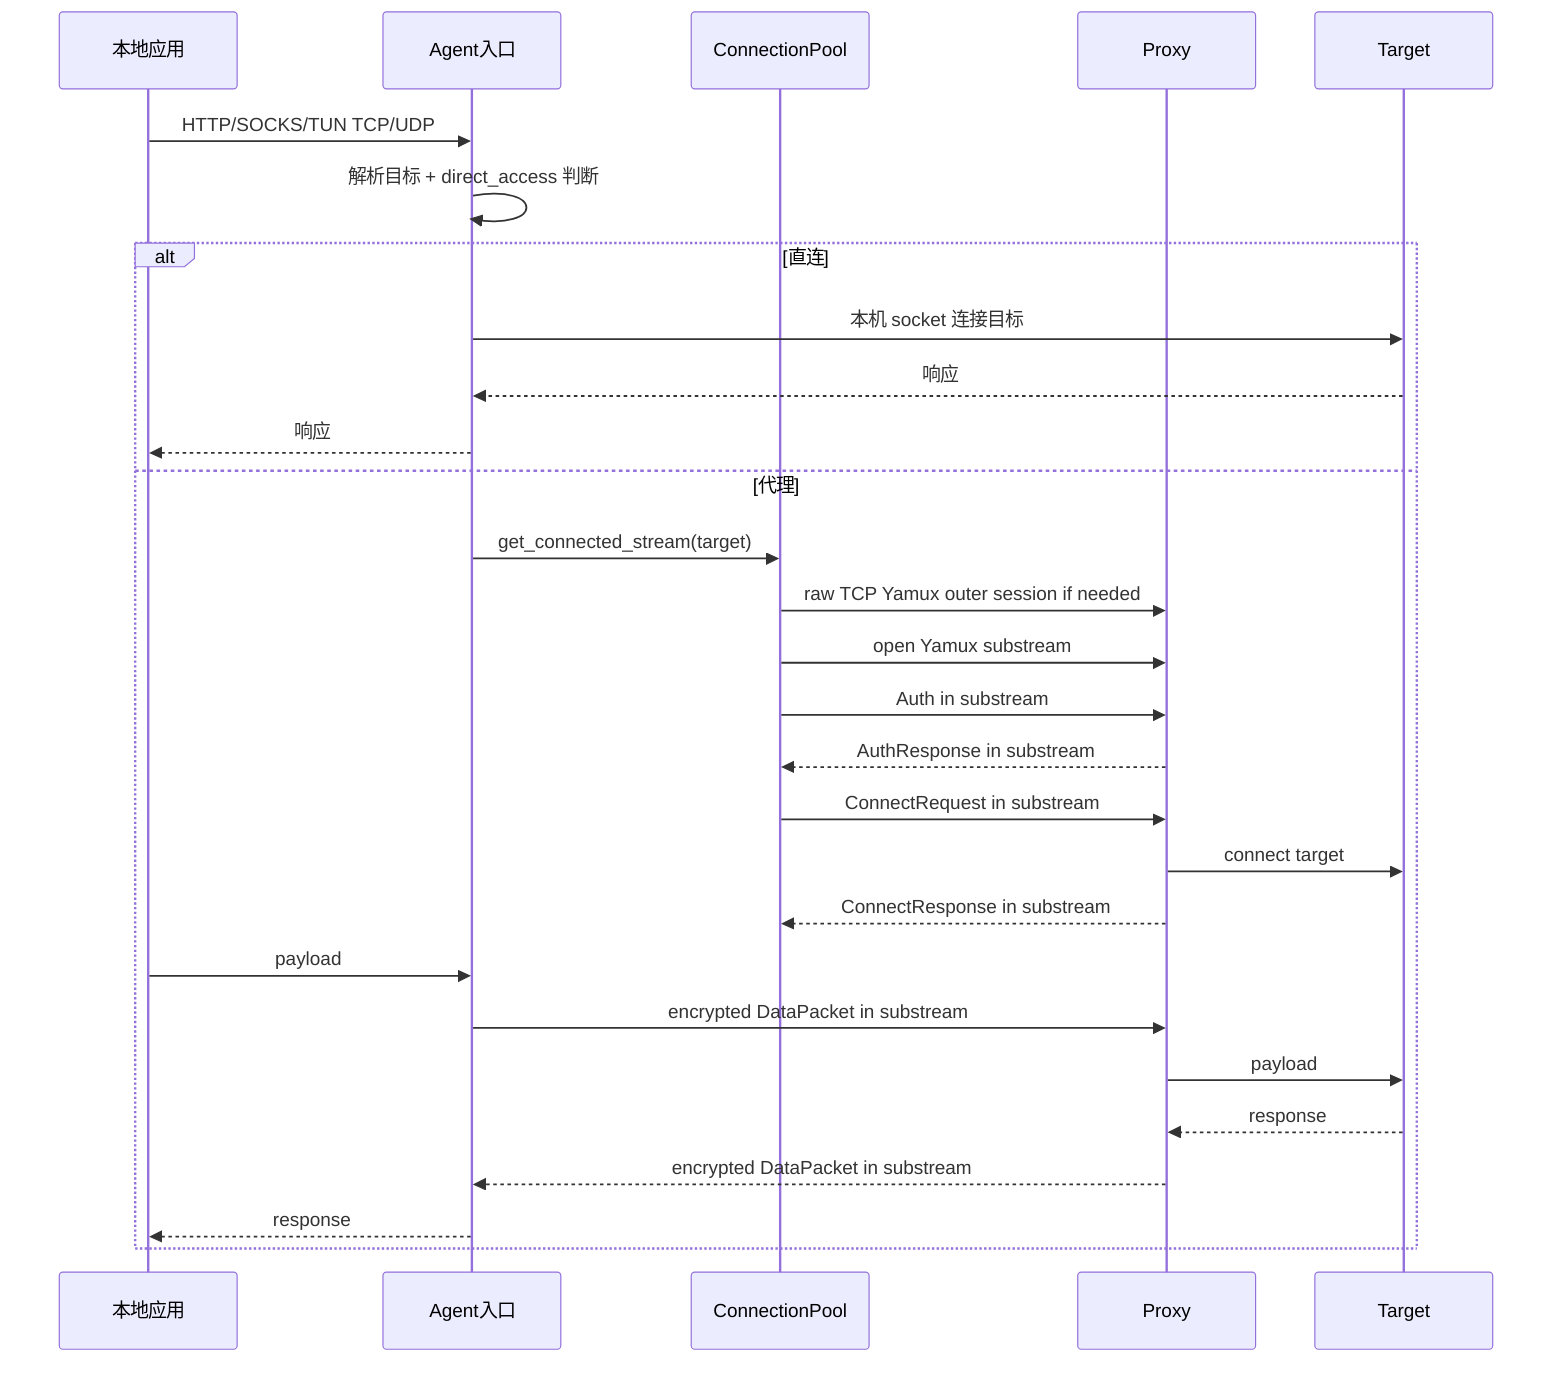
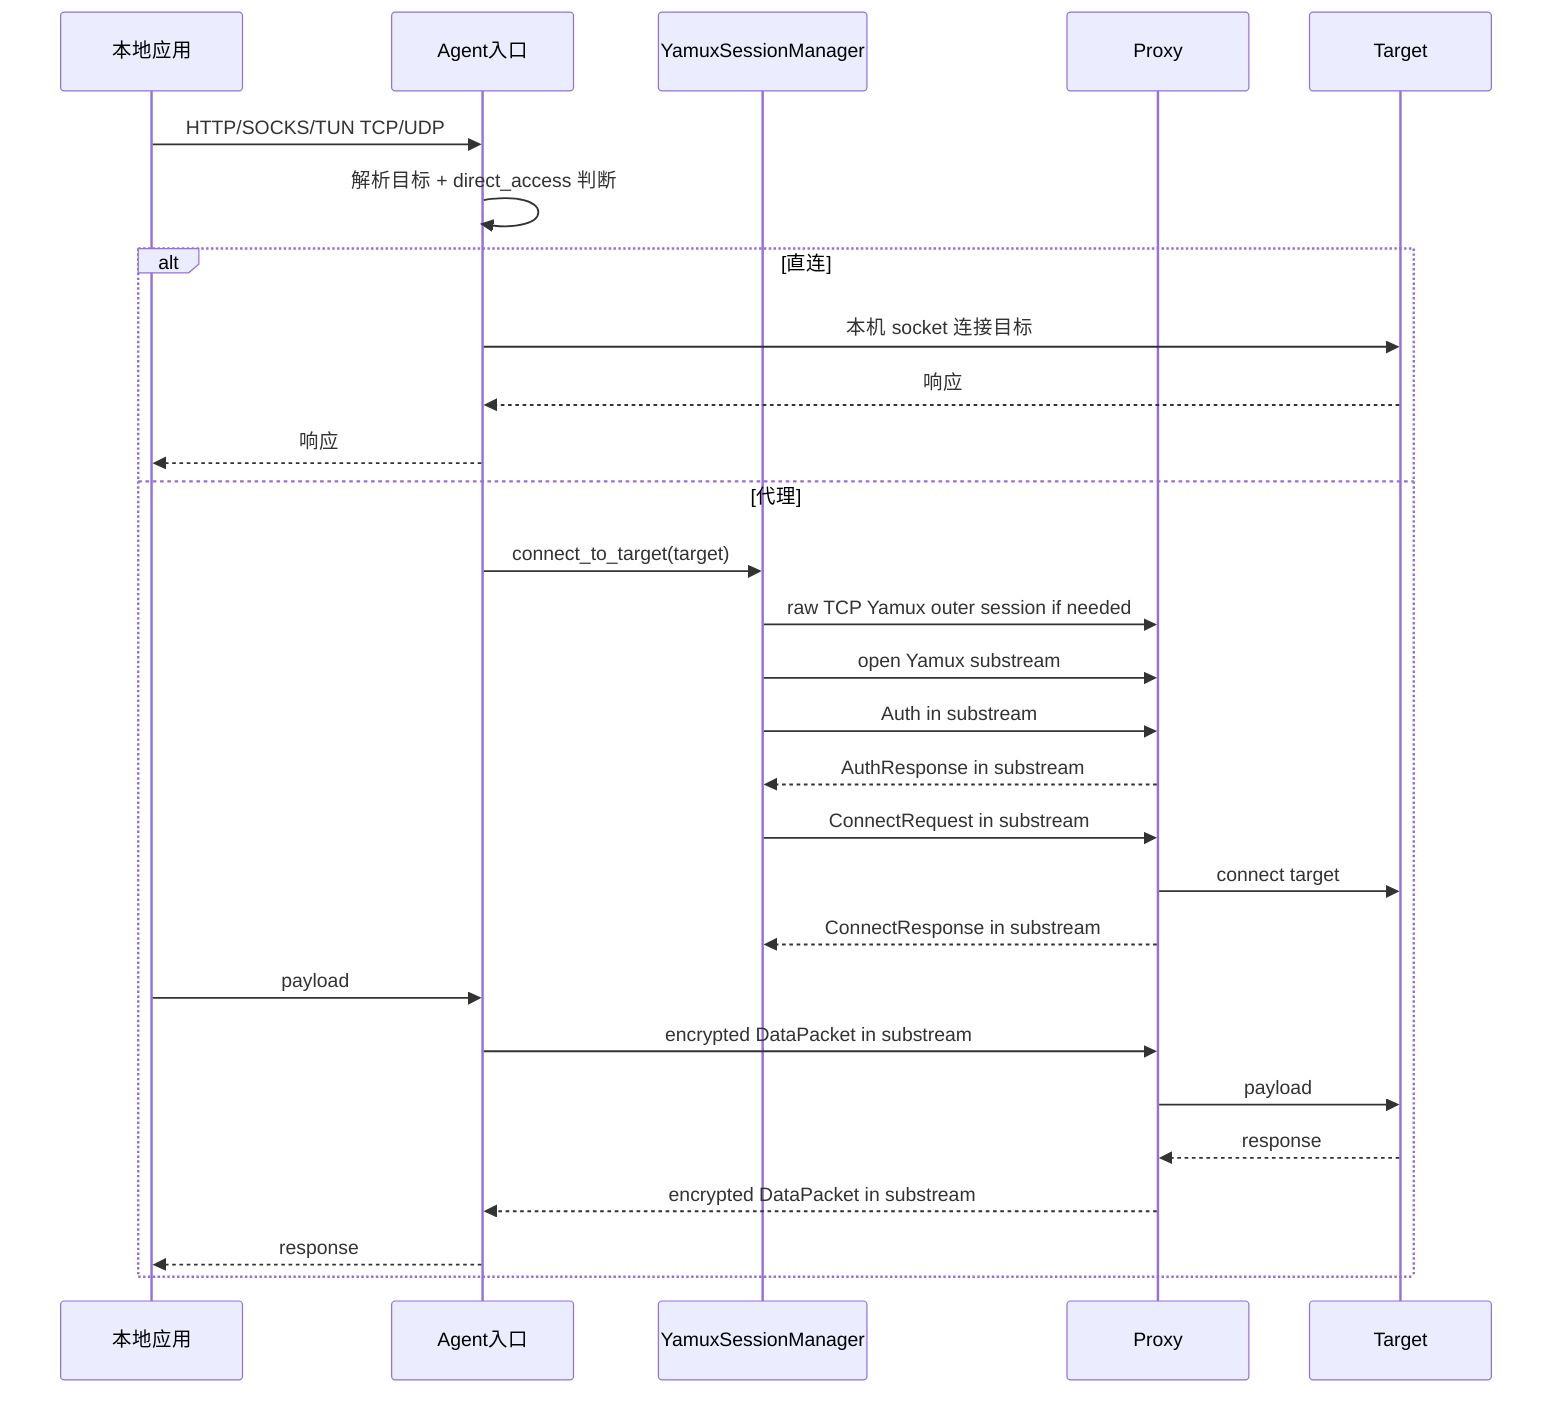
sequenceDiagram
    participant App as 本地应用
    participant Agent as Agent入口
-     participant Pool as ConnectionPool
+     participant Sessions as YamuxSessionManager
    participant Proxy as Proxy
    participant Target as Target

    App->>Agent: HTTP/SOCKS/TUN TCP/UDP
    Agent->>Agent: 解析目标 + direct_access 判断
    alt 直连
        Agent->>Target: 本机 socket 连接目标
        Target-->>Agent: 响应
        Agent-->>App: 响应
    else 代理
-         Agent->>Pool: get_connected_stream(target)
-         Pool->>Proxy: raw TCP Yamux outer session if needed
-         Pool->>Proxy: open Yamux substream
-         Pool->>Proxy: Auth in substream
-         Proxy-->>Pool: AuthResponse in substream
-         Pool->>Proxy: ConnectRequest in substream
+         Agent->>Sessions: connect_to_target(target)
+         Sessions->>Proxy: raw TCP Yamux outer session if needed
+         Sessions->>Proxy: open Yamux substream
+         Sessions->>Proxy: Auth in substream
+         Proxy-->>Sessions: AuthResponse in substream
+         Sessions->>Proxy: ConnectRequest in substream
        Proxy->>Target: connect target
-         Proxy-->>Pool: ConnectResponse in substream
+         Proxy-->>Sessions: ConnectResponse in substream
        App->>Agent: payload
        Agent->>Proxy: encrypted DataPacket in substream
        Proxy->>Target: payload
        Target-->>Proxy: response
        Proxy-->>Agent: encrypted DataPacket in substream
        Agent-->>App: response
    end
